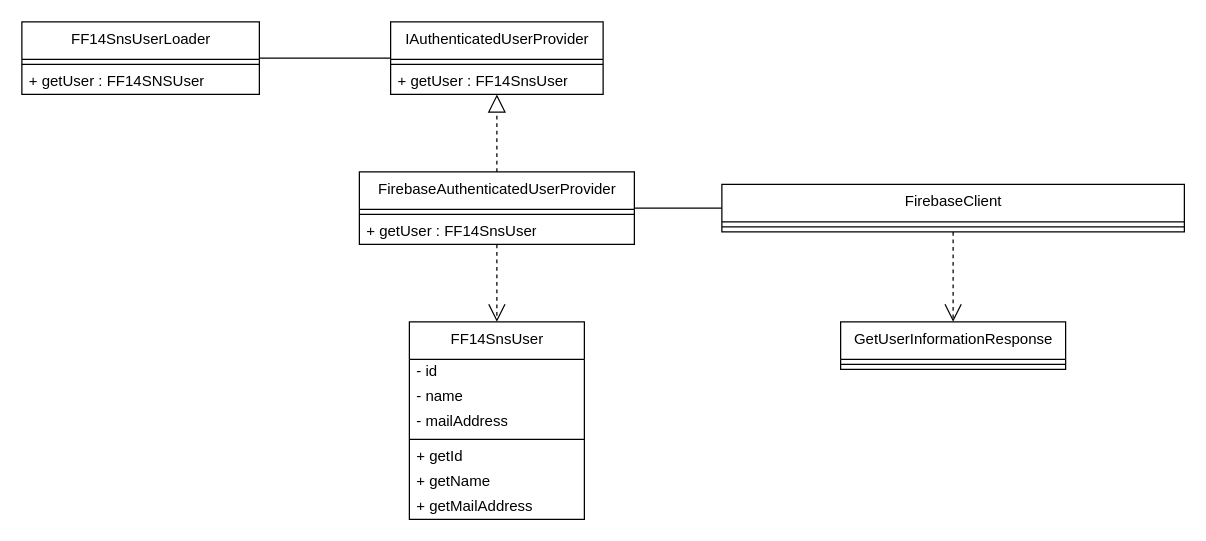
Mouwf/FF14SNS keeps this draw.io diagram as page "UserModule" (3 of 5) of ff14-sns.drawio. Above is the earlier version. Source tidied: cells renumbered, new cells numbered last; positions are measured from the earlier drawing's top-left corner, leaving out a move shared by most shapes. Both pictures are drawn from the tidied source at 125%, with x=0, y=0 at pixel (21, 21).
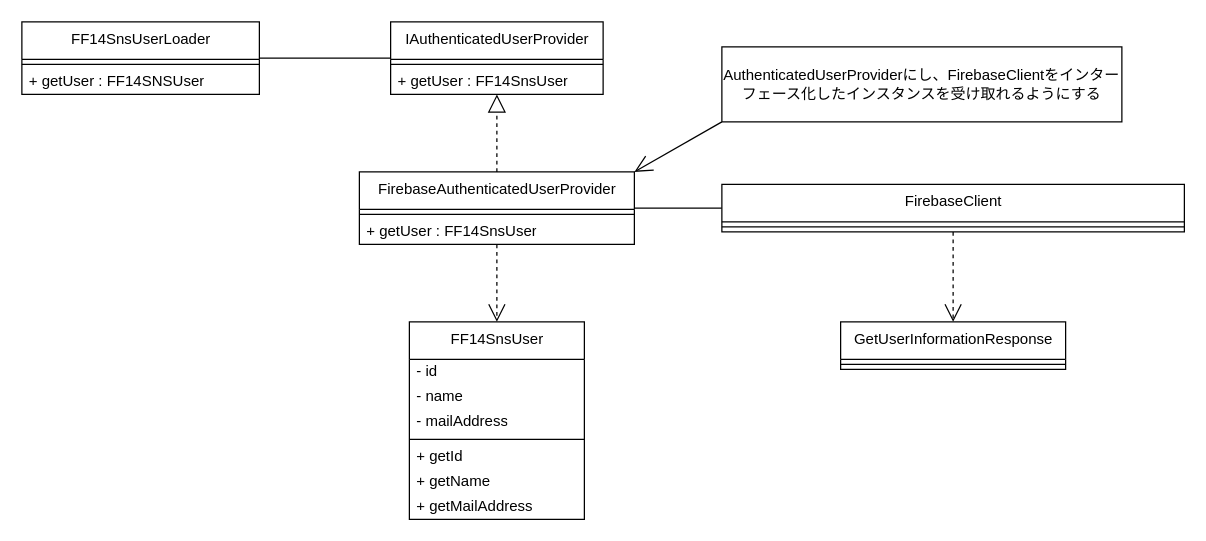
Above is the later version.

Commit message:
FirebaseAuthenticatedUserProviderの設計にコメントを追加した。

Unchanged cells that the change refers to:
```xml
<mxCell id="16" value="FirebaseAuthenticatedUserProvider" style="swimlane;fontStyle=0;align=center;verticalAlign=top;horizontal=1;startSize=30;html=1;" parent="1" vertex="1">
  <mxGeometry x="270" y="120" width="220" height="58" as="geometry" />
</mxCell>
```

Diff of the diagram source:
```diff
@@
+    <mxCell id="28" style="edgeStyle=none;html=1;exitX=0;exitY=1;exitDx=0;exitDy=0;entryX=1;entryY=0;entryDx=0;entryDy=0;endArrow=open;endFill=0;endSize=12;" parent="1" edge="1" source="29" target="16">
+      <mxGeometry relative="1" as="geometry" />
+    </mxCell>
+    <mxCell id="29" value="AuthenticatedUserProviderにし、FirebaseClientをインターフェース化したインスタンスを受け取れるようにする" style="rounded=0;whiteSpace=wrap;html=1;" parent="1" vertex="1">
+      <mxGeometry x="560" y="20" width="320" height="60" as="geometry" />
+    </mxCell>
```
